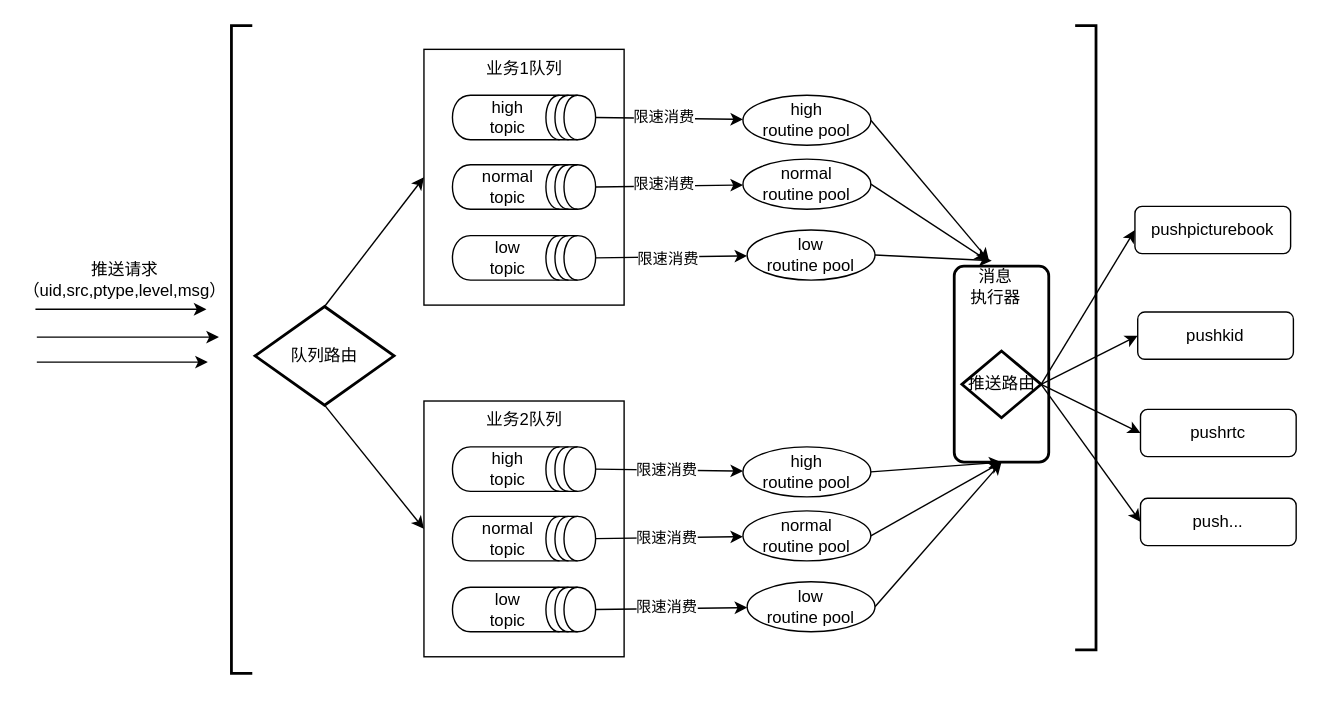
This is page "推送网关实现" (3 of 3) of test.drawio from joeytang/imgs, a draw.io file, before an edit. Source tidied: cells renumbered, new cells numbered last; positions are measured from the earlier drawing's top-left corner, leaving out a move shared by most shapes. Both pictures are drawn from the tidied source at 139%, with x=0, y=0 at pixel (35, 25).
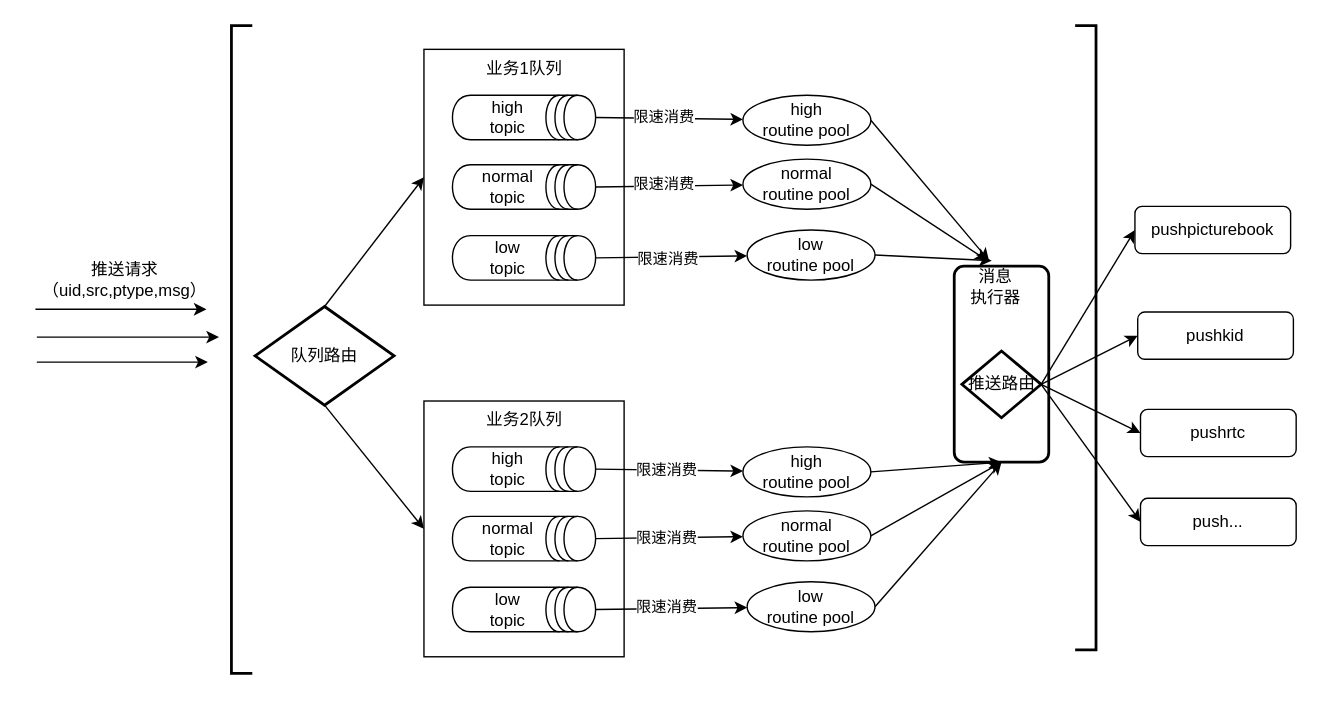
The same diagram, later.

What changed in the source:
```diff
@@
-    <mxCell id="6" value="推送请求&lt;br&gt;（uid,src,ptype,level,msg）" style="text;html=1;strokeColor=none;fillColor=none;align=center;verticalAlign=middle;whiteSpace=wrap;rounded=0;" parent="1" vertex="1">
+    <mxCell id="6" value="推送请求&lt;br&gt;（uid,src,ptype,msg）" style="text;html=1;strokeColor=none;fillColor=none;align=center;verticalAlign=middle;whiteSpace=wrap;rounded=0;" parent="1" vertex="1">
       <mxGeometry x="11" y="173" width="107" height="20" as="geometry" />
     </mxCell>
```
